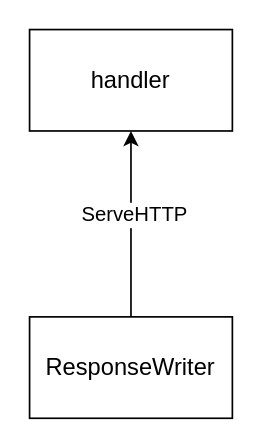
The draw.io diagram go-net.drawio in oiar/assets, before the edit. Source tidied: cells renumbered, new cells numbered last; positions are measured from the earlier drawing's top-left corner, leaving out a move shared by most shapes. Both pictures are drawn from the tidied source at 169%, with x=0, y=0 at pixel (29, 29).
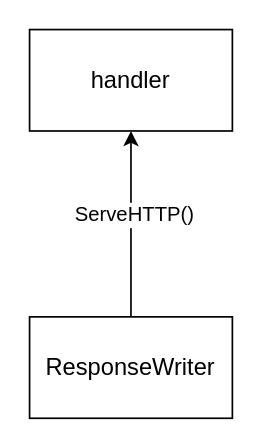
After the change.

The edit, as a diff of the source:
```diff
@@
 <mxGraphModel>
   <root>
     <mxCell id="0" />
     <mxCell id="1" parent="0" />
     <mxCell id="2" value="&lt;font style=&quot;font-size: 14px&quot;&gt;handler&lt;/font&gt;" style="rounded=0;whiteSpace=wrap;html=1;" parent="1" vertex="1">
       <mxGeometry width="120" height="60" as="geometry" />
     </mxCell>
     <mxCell id="3" style="edgeStyle=orthogonalEdgeStyle;rounded=0;jettySize=auto;html=1;exitX=0.5;exitY=0;exitDx=0;exitDy=0;entryX=0.5;entryY=1;entryDx=0;entryDy=0;" parent="1" edge="1" source="5" target="2">
       <mxGeometry relative="1" as="geometry" />
     </mxCell>
-    <mxCell id="4" value="ServeHTTP" style="text;html=1;align=center;verticalAlign=middle;labelBackgroundColor=#ffffff;" parent="3" vertex="1">
+    <mxCell id="4" value="ServeHTTP()" style="text;html=1;align=center;verticalAlign=middle;labelBackgroundColor=#ffffff;" parent="3" vertex="1">
       <mxGeometry x="0.11" y="-1" relative="1" as="geometry" />
     </mxCell>
     <mxCell id="5" value="&lt;div style=&quot;font-size: 14px ; line-height: 21px ; white-space: pre&quot;&gt;&lt;span style=&quot;background-color: rgb(255 , 255 , 255)&quot;&gt;ResponseWriter&lt;/span&gt;&lt;/div&gt;" style="rounded=0;whiteSpace=wrap;html=1;" parent="1" vertex="1">
       <mxGeometry y="170" width="120" height="60" as="geometry" />
     </mxCell>
   </root>
 </mxGraphModel>
```
